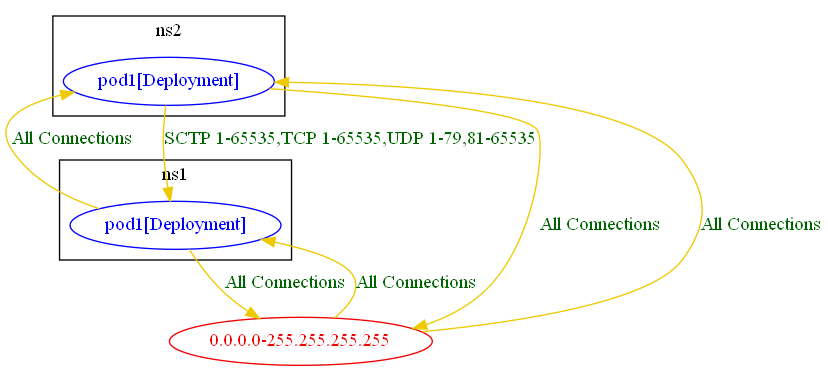
Earlier version of the Graphviz export test_outputs/connlist/anp_with_banp_pass_test_connlist_output.dot.png (np-guard/netpol-analyzer). Its source is kept beside it as test_outputs/connlist/anp_with_banp_pass_test_connlist_output.dot.
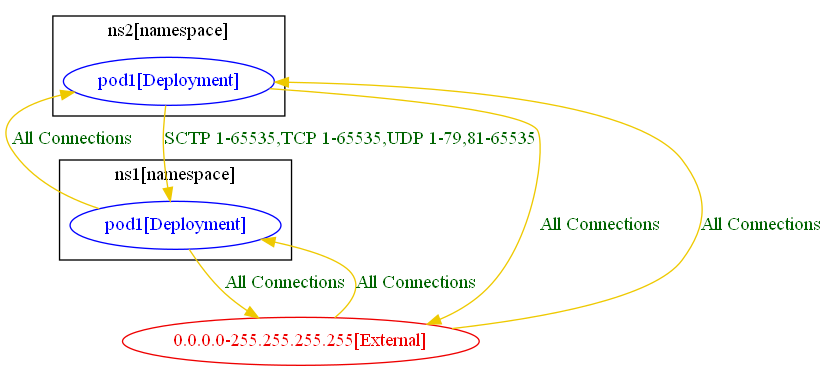
The same file after the commit.

The edit, as a diff of the source:
```diff
@@ -1,21 +1,21 @@
 digraph {
-	subgraph "cluster_ns1" {
+	subgraph "cluster_ns1[namespace]" {
 		color="black"
 		fontcolor="black"
 		"ns1/pod1[Deployment]" [label="pod1[Deployment]" color="blue" fontcolor="blue"]
-		label="ns1"
+		label="ns1[namespace]"
 	}
-	subgraph "cluster_ns2" {
+	subgraph "cluster_ns2[namespace]" {
 		color="black"
 		fontcolor="black"
 		"ns2/pod1[Deployment]" [label="pod1[Deployment]" color="blue" fontcolor="blue"]
-		label="ns2"
+		label="ns2[namespace]"
 	}
-	"0.0.0.0-255.255.255.255" [label="0.0.0.0-255.255.255.255" color="red2" fontcolor="red2"]
-	"0.0.0.0-255.255.255.255" -> "ns1/pod1[Deployment]" [label="All Connections" color="gold2" fontcolor="darkgreen" weight=0.5]
-	"0.0.0.0-255.255.255.255" -> "ns2/pod1[Deployment]" [label="All Connections" color="gold2" fontcolor="darkgreen" weight=0.5]
-	"ns1/pod1[Deployment]" -> "0.0.0.0-255.255.255.255" [label="All Connections" color="gold2" fontcolor="darkgreen" weight=1]
+	"0.0.0.0-255.255.255.255[External]" [label="0.0.0.0-255.255.255.255[External]" color="red2" fontcolor="red2"]
+	"0.0.0.0-255.255.255.255[External]" -> "ns1/pod1[Deployment]" [label="All Connections" color="gold2" fontcolor="darkgreen" weight=0.5]
+	"0.0.0.0-255.255.255.255[External]" -> "ns2/pod1[Deployment]" [label="All Connections" color="gold2" fontcolor="darkgreen" weight=0.5]
+	"ns1/pod1[Deployment]" -> "0.0.0.0-255.255.255.255[External]" [label="All Connections" color="gold2" fontcolor="darkgreen" weight=1]
 	"ns1/pod1[Deployment]" -> "ns2/pod1[Deployment]" [label="All Connections" color="gold2" fontcolor="darkgreen" weight=0.5]
-	"ns2/pod1[Deployment]" -> "0.0.0.0-255.255.255.255" [label="All Connections" color="gold2" fontcolor="darkgreen" weight=1]
+	"ns2/pod1[Deployment]" -> "0.0.0.0-255.255.255.255[External]" [label="All Connections" color="gold2" fontcolor="darkgreen" weight=1]
 	"ns2/pod1[Deployment]" -> "ns1/pod1[Deployment]" [label="SCTP 1-65535,TCP 1-65535,UDP 1-79,81-65535" color="gold2" fontcolor="darkgreen" weight=1]
 }
```
